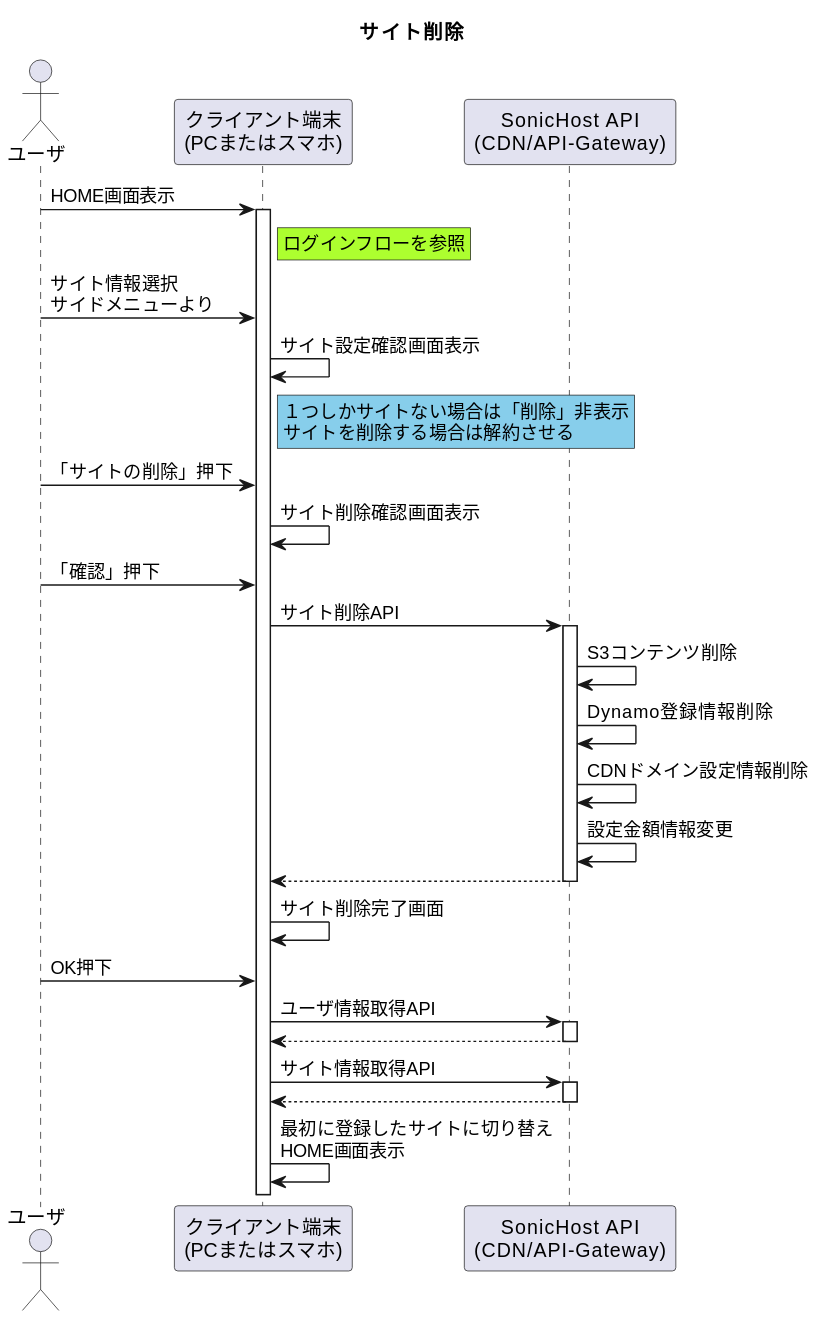
Above: 01_Sequences/03_SiteRegistration/03_deleteSite/deleteSiteFlow.svg in Sonic-Host/documents (PlantUML), before the change. Source of this version:
```plantuml
@startuml
title サイト削除

actor "ユーザ" as user
participant "クライアント端末\n(PCまたはスマホ)" as device
participant "SonicHost API\n(CDN/API-Gateway)" as api

user -> device ++: HOME画面表示
rnote right of device #GreenYellow
    ログインフローを参照
end note
user -> device : サイト情報選択\nサイドメニューより
device -> device : サイト設定確認画面表示
rnote right of device #SkyBlue
    １つしかサイトない場合は「削除」非表示
    サイトを削除する場合は解約させる
end note
user -> device : 「サイトの削除」押下
device -> device : サイト削除確認画面表示
user -> device : 「確認」押下
device -> api ++ : サイト削除API
api -> api : S3コンテンツ削除
api -> api : Dynamo登録情報削除
api -> api : CDNドメイン設定情報削除
api -> api : 設定金額情報変更
device <-- api --
device -> device : サイト削除完了画面
user -> device : OK押下
device -> api ++ : ユーザ情報取得API
device <-- api --
device -> api ++ : サイト情報取得API
device <-- api --
device -> device : 最初に登録したサイトに切り替え\nHOME画面表示
@enduml
```
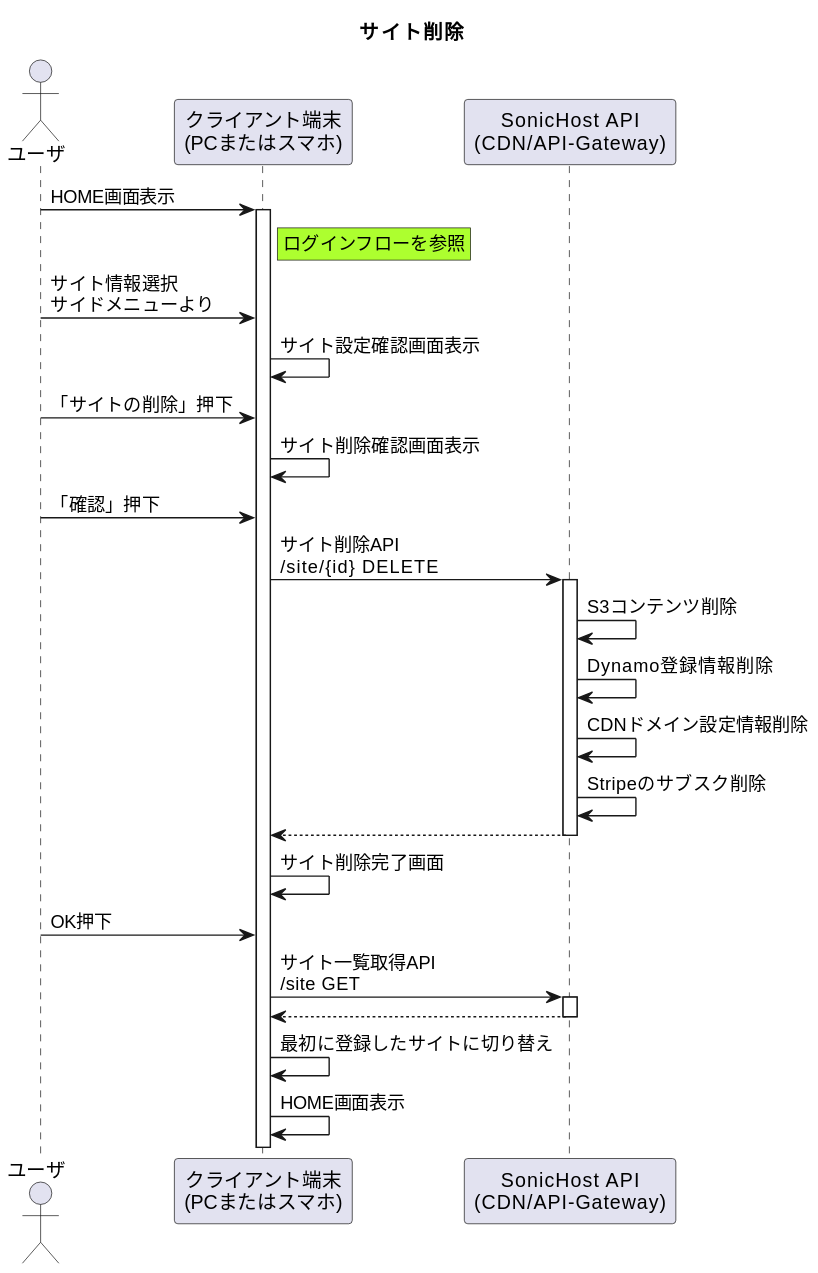
Above is the later version.

What changed in the source:
```diff
@@ -11,24 +11,19 @@
 end note
 user -> device : サイト情報選択\nサイドメニューより
 device -> device : サイト設定確認画面表示
-rnote right of device #SkyBlue
-    １つしかサイトない場合は「削除」非表示
-    サイトを削除する場合は解約させる
-end note
 user -> device : 「サイトの削除」押下
 device -> device : サイト削除確認画面表示
 user -> device : 「確認」押下
-device -> api ++ : サイト削除API
+device -> api ++ : サイト削除API \n/site/{id} DELETE
 api -> api : S3コンテンツ削除
 api -> api : Dynamo登録情報削除
 api -> api : CDNドメイン設定情報削除
-api -> api : 設定金額情報変更
+api -> api : Stripeのサブスク削除
 device <-- api --
 device -> device : サイト削除完了画面
 user -> device : OK押下
-device -> api ++ : ユーザ情報取得API
+device -> api ++ : サイト一覧取得API \n/site GET
 device <-- api --
-device -> api ++ : サイト情報取得API
-device <-- api --
-device -> device : 最初に登録したサイトに切り替え\nHOME画面表示
+device -> device : 最初に登録したサイトに切り替え
+device -> device : HOME画面表示
 @enduml
```
